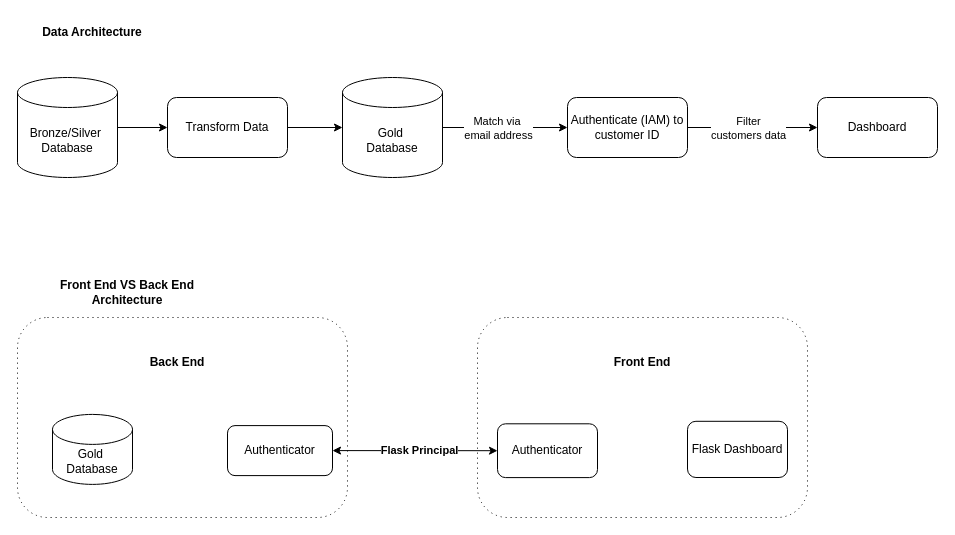
The draw.io diagram Architecture V2.drawio in jbetts197/M5-20260106, before the edit. Source tidied: cells renumbered, new cells numbered last; positions are measured from the earlier drawing's top-left corner, leaving out a move shared by most shapes. Both pictures are drawn from the tidied source at 100%, with x=0, y=0 at pixel (17, 17).
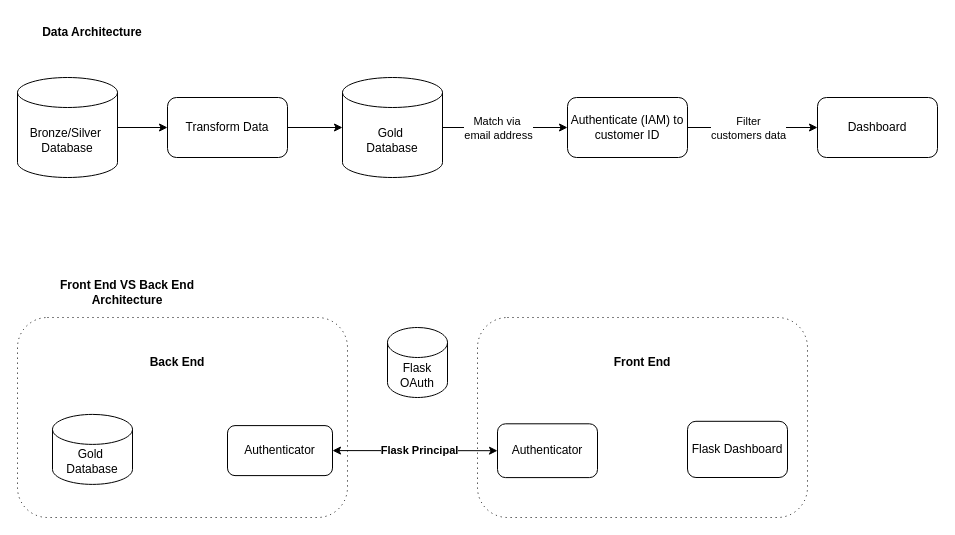
The same diagram, later.

Diff of the diagram source:
```diff
@@
+    <mxCell id="26" value="Flask OAuth" style="shape=cylinder3;whiteSpace=wrap;html=1;boundedLbl=1;backgroundOutline=1;size=15;" parent="1" vertex="1">
+      <mxGeometry x="370" y="310" width="60" height="70" as="geometry" />
+    </mxCell>
```
